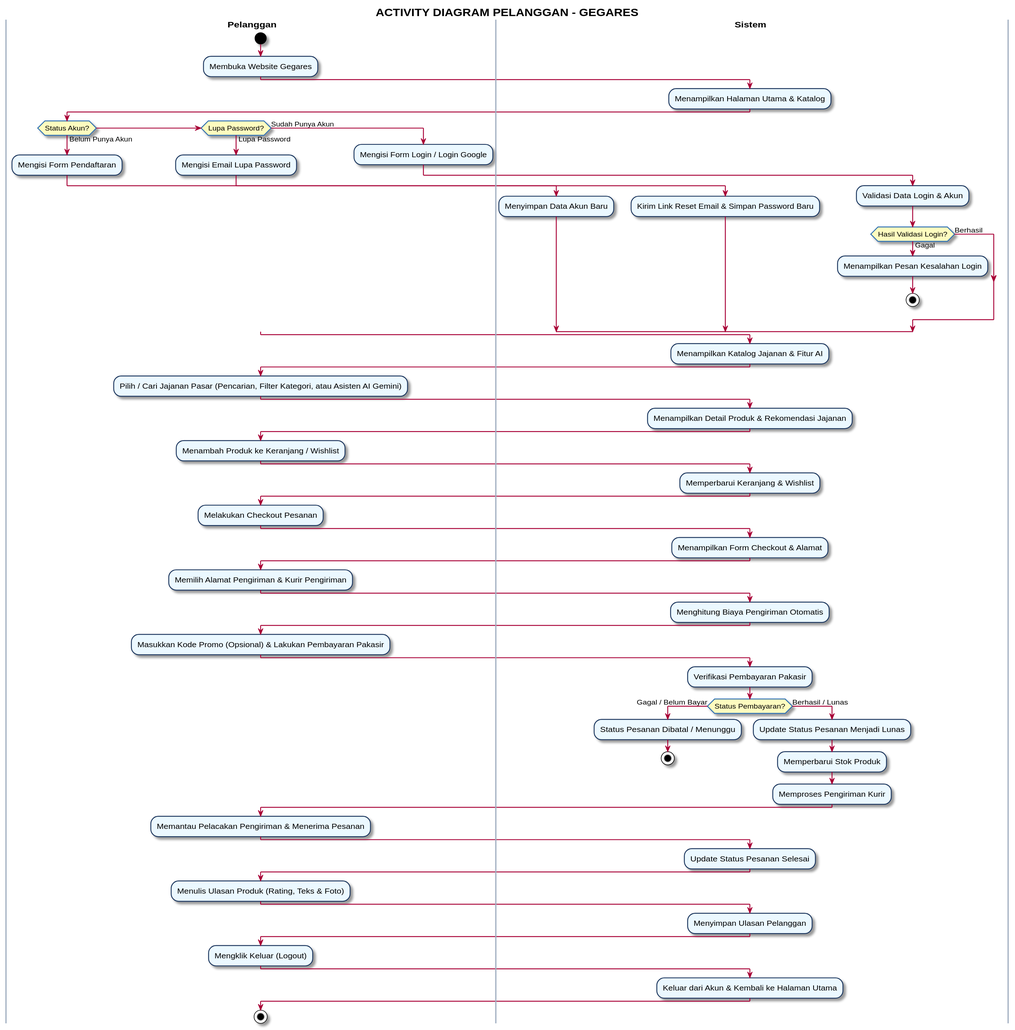
Earlier version of the PlantUML export diagrams/activity_diagram_pelanggan.svg (greedykid/gegares_toko).
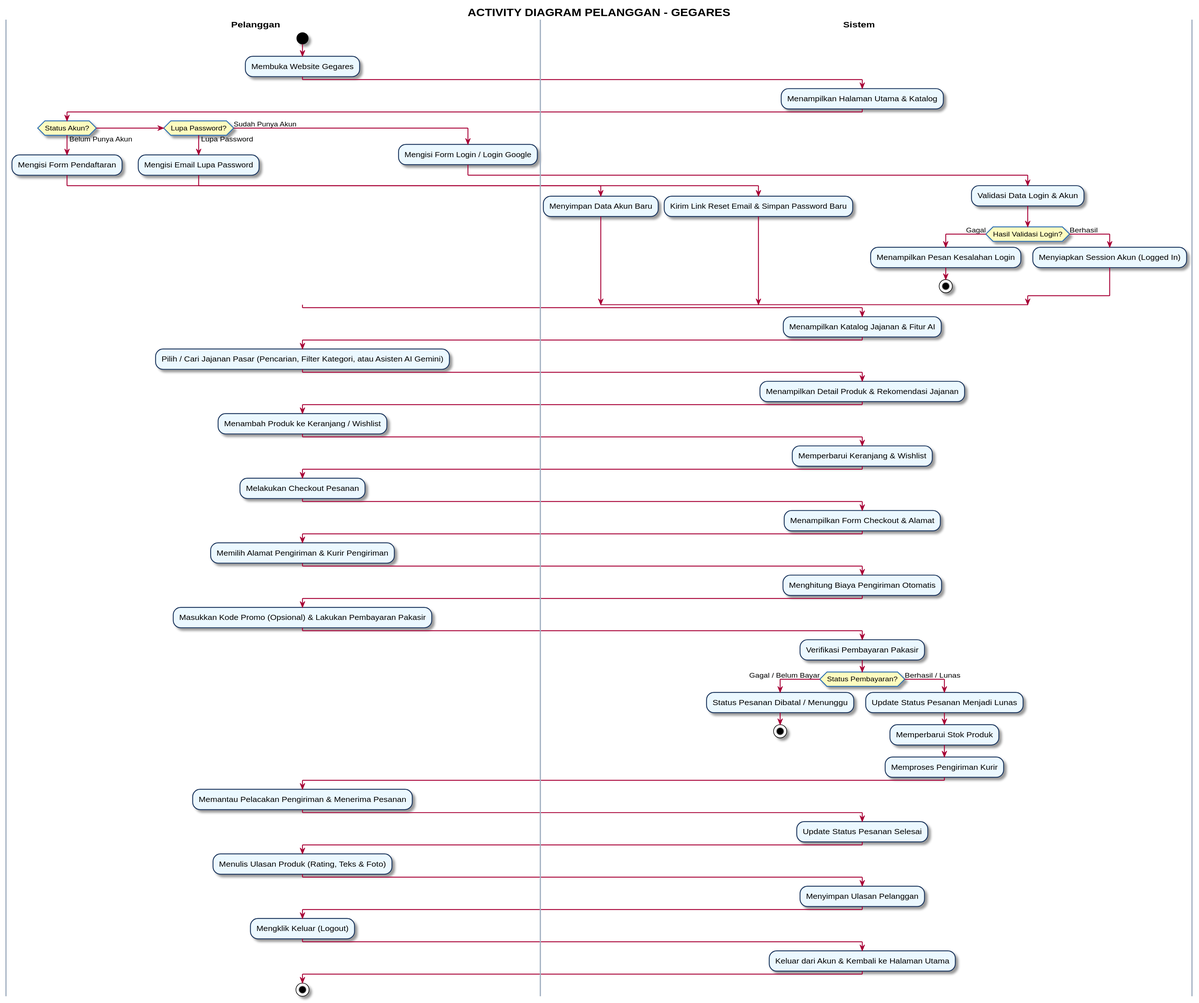
Above is the later version.

Commit message:
fix(diagram): add explicit session action box so catalog incoming arrows have clear labeled sources

The edit, as a diff of the source:
```diff
@@ -40,6 +40,7 @@
     :Menampilkan Pesan Kesalahan Login;
     stop
   else (Berhasil)
+    :Menyiapkan Session Akun (Logged In);
   endif
 endif
 
```
